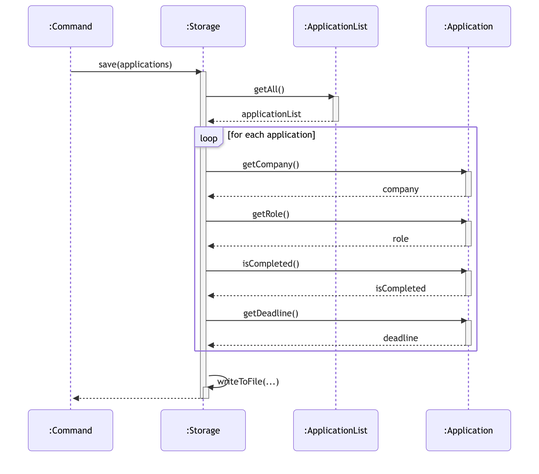
Earlier version of the Mermaid export docs/diagrams/storage-save-sequence.png (AY2627S1-CS2113-T10-2/tp). Its source is kept beside it as docs/diagrams/sources/storage-save-sequence.mmd.
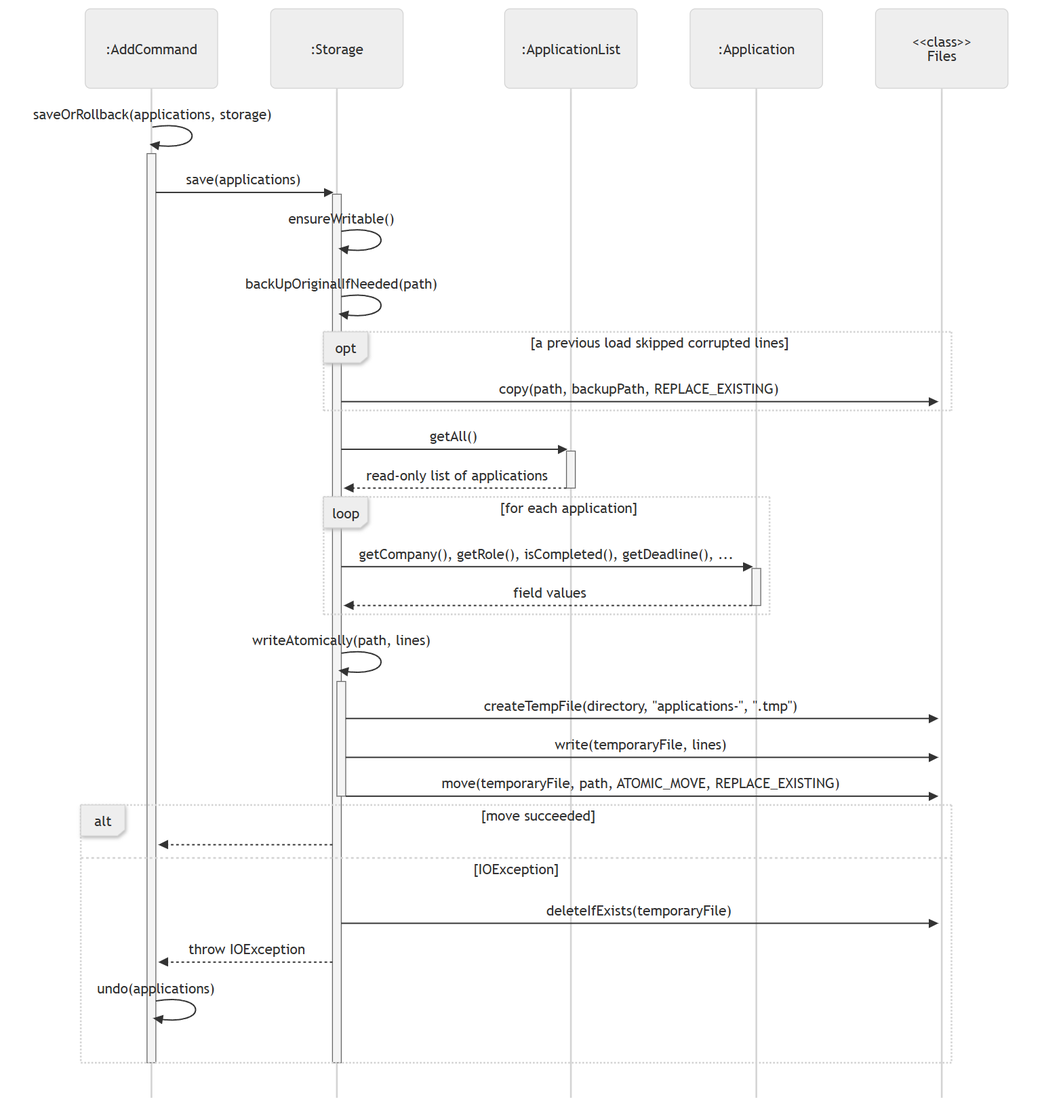
The same diagram one commit later.

What changed in the source:
```diff
@@ -1,41 +1,44 @@
-%%{init: {'theme': 'default', 'sequence': {'actorMargin': 85, 'messageMargin': 45}}}%%
-%%{init: {'theme': 'default', 'sequence': {'actorMargin': 85, 'messageMargin': 45}}}%%
-%%{init: {'theme': 'default', 'sequence': {'actorMargin': 85, 'messageMargin': 45}}}%%
+%%{init: {'theme': 'neutral', 'sequence': {'mirrorActors': false, 'actorMargin': 60, 'messageMargin': 28}}}%%
 sequenceDiagram
-    participant cmd as :Command
+    participant cmd as :AddCommand
     participant storage as :Storage
     participant list as :ApplicationList
     participant app as :Application
+    participant files as <<class>><br/>Files
 
+    cmd->>cmd: saveOrRollback(applications, storage)
+    activate cmd
     cmd->>storage: save(applications)
     activate storage
+    storage->>storage: ensureWritable()
+    storage->>storage: backUpOriginalIfNeeded(path)
+    opt a previous load skipped corrupted lines
+        storage->>files: copy(path, backupPath, REPLACE_EXISTING)
+    end
     storage->>list: getAll()
     activate list
-    list-->>storage: applicationList
+    list-->>storage: read-only list of applications
     deactivate list
 
     loop for each application
-        storage->>app: getCompany()
+        storage->>app: getCompany(), getRole(), isCompleted(), getDeadline(), ...
         activate app
-        app-->>storage: company
-        deactivate app
-        storage->>app: getRole()
-        activate app
-        app-->>storage: role
-        deactivate app
-        storage->>app: isCompleted()
-        activate app
-        app-->>storage: isCompleted
-        deactivate app
-        storage->>app: getDeadline()
-        activate app
-        app-->>storage: deadline
+        app-->>storage: field values
         deactivate app
     end
 
-    storage->>storage: writeToFile(...)
+    storage->>storage: writeAtomically(path, lines)
     activate storage
+    storage->>files: createTempFile(directory, "applications-", ".tmp")
+    storage->>files: write(temporaryFile, lines)
+    storage->>files: move(temporaryFile, path, ATOMIC_MOVE, REPLACE_EXISTING)
     deactivate storage
-
-    storage-->>cmd:
+    alt move succeeded
+        storage-->>cmd:
+    else IOException
+        storage->>files: deleteIfExists(temporaryFile)
+        storage-->>cmd: throw IOException
+        cmd->>cmd: undo(applications)
+    end
     deactivate storage
+    deactivate cmd
```
